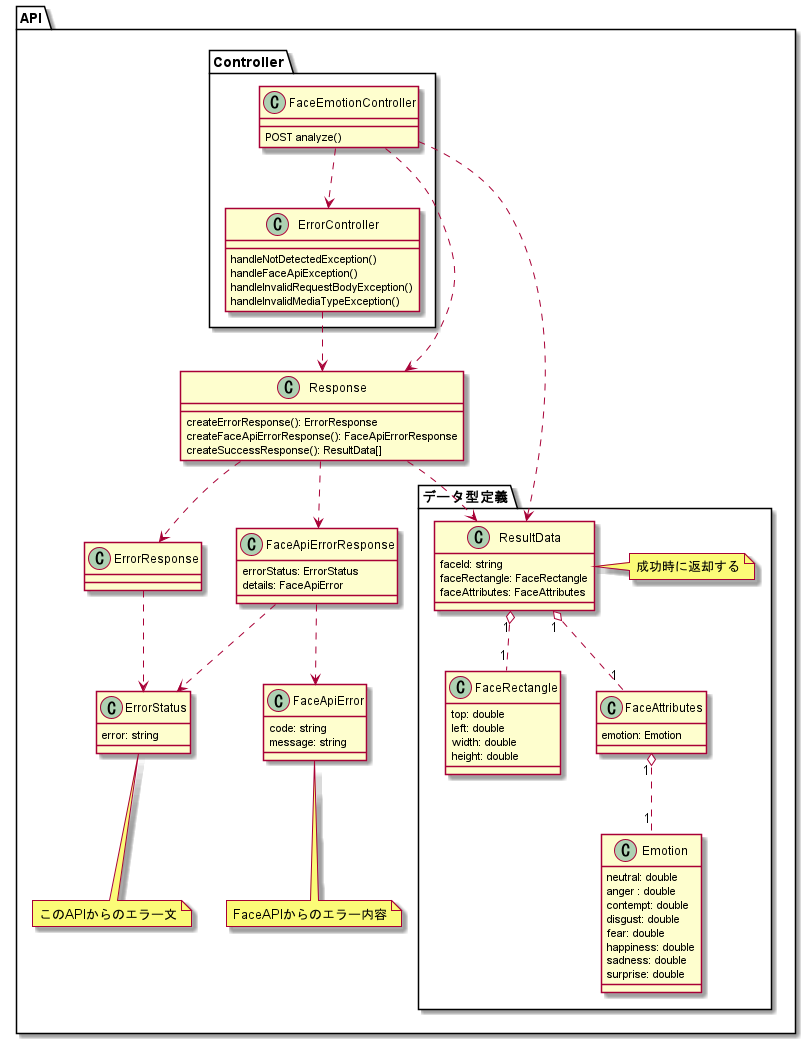
nishikawa1114/FaceEmotionSystem keeps this PlantUML diagram as out/doc/uml/classDiagApi/Face Emotion Analyser API.png. Above is the earlier version.
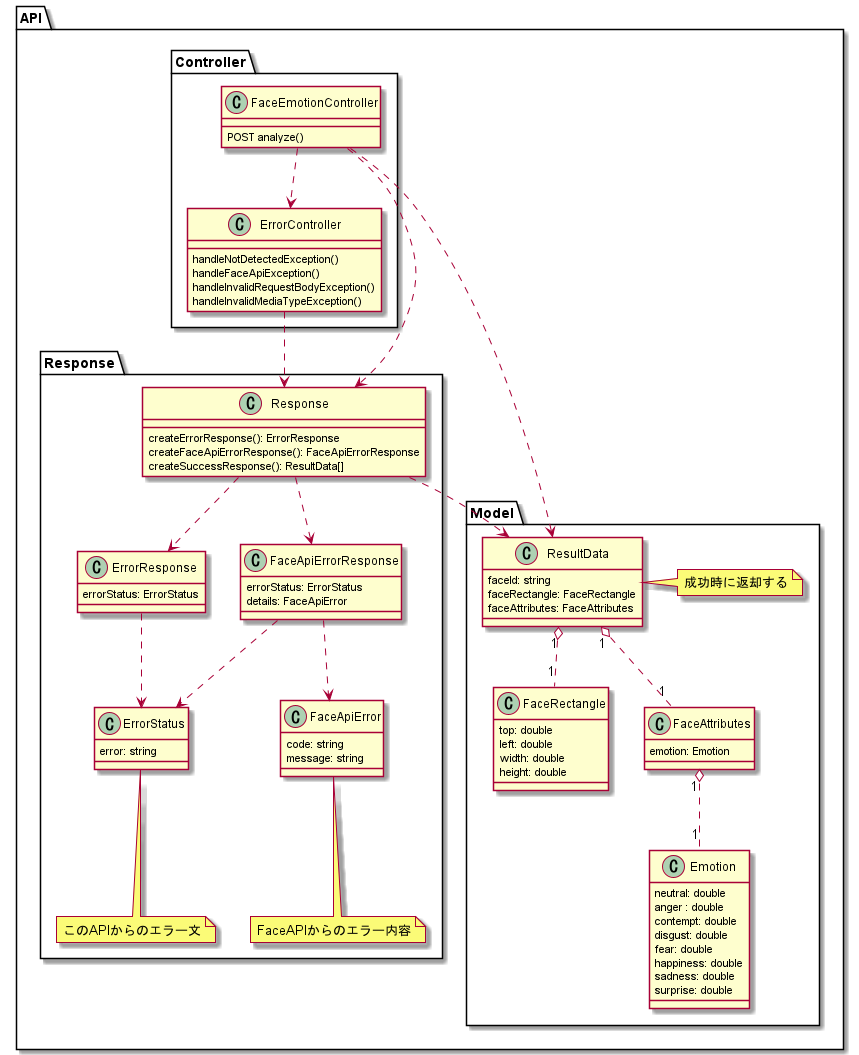
The same file after the commit.

Change to the diagram source:
```diff
@@ -15,33 +15,36 @@
         }
     }
 
+    package "Response" {
+        class Response {
+            createErrorResponse(): ErrorResponse
+            createFaceApiErrorResponse(): FaceApiErrorResponse
+            createSuccessResponse(): ResultData[]
+        }
 
-    Class Response {
-        createErrorResponse(): ErrorResponse
-        createFaceApiErrorResponse(): FaceApiErrorResponse
-        createSuccessResponse(): ResultData[]
+        class ErrorResponse {
+            errorStatus: ErrorStatus
+        }
+
+        class ErrorStatus {
+            error: string
+        }
+        note bottom: このAPIからのエラー文
+
+        class FaceApiErrorResponse {
+            errorStatus: ErrorStatus
+            details: FaceApiError
+        }
+
+        class FaceApiError {
+            code: string
+            message: string
+        }
+        note bottom: FaceAPIからのエラー内容
     }
 
-    class ErrorResponse {
-    }
 
-    class ErrorStatus {
-        error: string
-    }
-    note bottom: このAPIからのエラー文
-
-    class FaceApiErrorResponse {
-        errorStatus: ErrorStatus
-        details: FaceApiError
-    }
-
-    class FaceApiError {
-        code: string
-        message: string
-    }
-    note bottom: FaceAPIからのエラー内容
-
-    package "データ型定義" {
+    package "Model" {
         class ResultData {
             faceId: string
             faceRectangle: FaceRectangle
```
